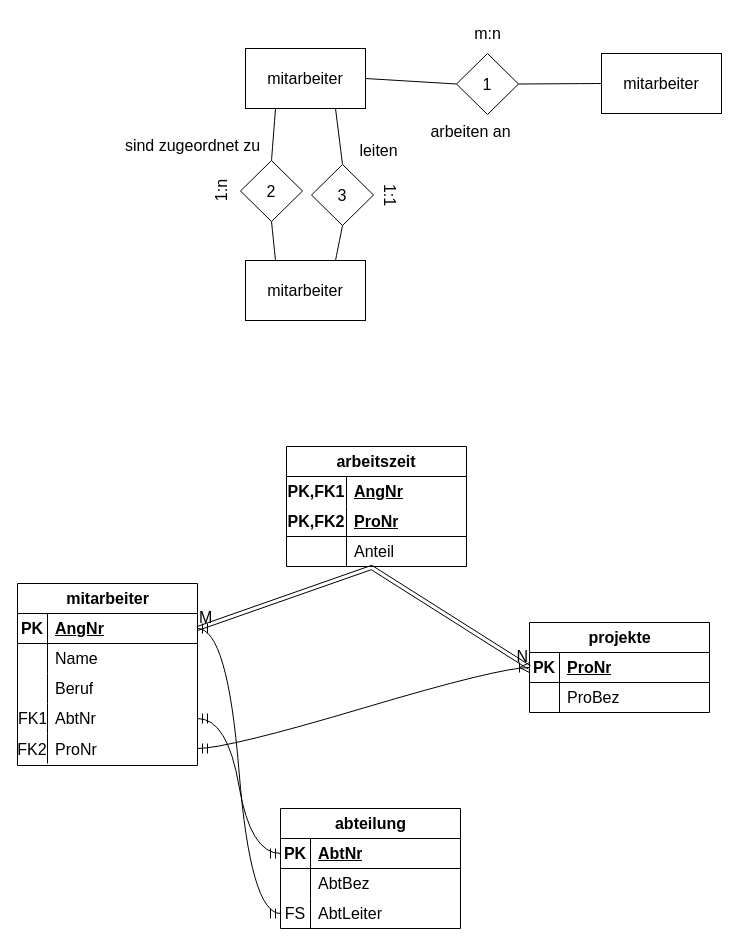
Above: files/Datenbanken/aufgaben/Aufgabe3_1_ER_Diagramm.drawio in Fabiann2205/DHBW-Semester3 (draw.io), before the change. Source tidied: cells renumbered, new cells numbered last; positions are measured from the earlier drawing's top-left corner, leaving out a move shared by most shapes. Both pictures are drawn from the tidied source at 100%, with x=0, y=0 at pixel (17, 17).
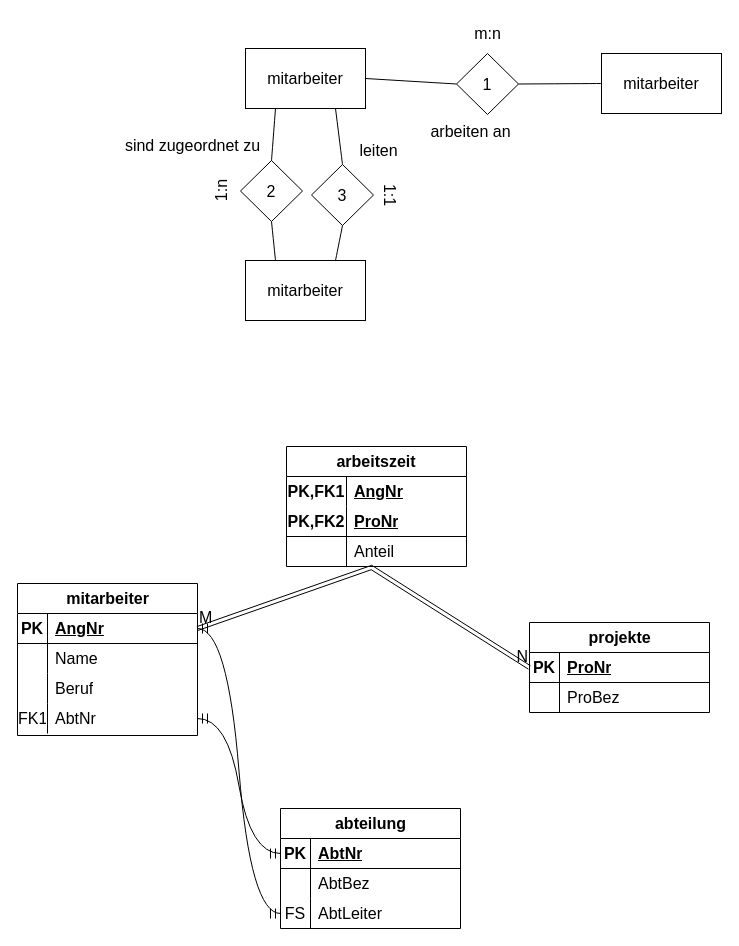
The same diagram, later.

The change refers to these unchanged cells:
```xml
<mxCell id="3" style="shape=tableRow;horizontal=0;startSize=0;swimlaneHead=0;swimlaneBody=0;fillColor=none;points=[[0,0.5],[1,0.5]];portConstraint=eastwest;top=0;left=0;right=0;bottom=1;fontSize=16;" parent="2" vertex="1">
  <mxGeometry y="30" width="180" height="30" as="geometry" />
</mxCell>
<mxCell id="12" style="shape=tableRow;horizontal=0;startSize=0;swimlaneHead=0;swimlaneBody=0;fillColor=none;points=[[0,0.5],[1,0.5]];portConstraint=eastwest;top=0;left=0;right=0;bottom=0;fontSize=16;" parent="2" vertex="1">
  <mxGeometry y="120" width="180" height="30" as="geometry" />
</mxCell>
<mxCell id="19" style="shape=tableRow;horizontal=0;startSize=0;swimlaneHead=0;swimlaneBody=0;fillColor=none;points=[[0,0.5],[1,0.5]];portConstraint=eastwest;top=0;left=0;right=0;bottom=1;fontSize=16;" parent="18" vertex="1">
  <mxGeometry y="30" width="180" height="30" as="geometry" />
</mxCell>
<mxCell id="25" style="shape=tableRow;horizontal=0;startSize=0;swimlaneHead=0;swimlaneBody=0;fillColor=none;points=[[0,0.5],[1,0.5]];portConstraint=eastwest;top=0;left=0;right=0;bottom=0;fontSize=16;" parent="18" vertex="1">
  <mxGeometry y="90" width="180" height="30" as="geometry" />
</mxCell>
<mxCell id="29" style="shape=tableRow;horizontal=0;startSize=0;swimlaneHead=0;swimlaneBody=0;fillColor=none;points=[[0,0.5],[1,0.5]];portConstraint=eastwest;top=0;left=0;right=0;bottom=1;fontSize=16;" parent="28" vertex="1">
  <mxGeometry y="30" width="180" height="30" as="geometry" />
</mxCell>
```

The edit, as a diff of the source:
```diff
@@
     <mxCell id="2" value="mitarbeiter" style="shape=table;startSize=30;childLayout=tableLayout;rowLines=0;fontStyle=1;align=center;html=1;fontSize=16;" parent="1" vertex="1">
-      <mxGeometry y="566" width="180" height="182" as="geometry" />
+      <mxGeometry y="566" width="180" height="152" as="geometry" />
     </mxCell>
@@
-    <mxCell id="15" style="shape=tableRow;horizontal=0;startSize=0;swimlaneHead=0;swimlaneBody=0;fillColor=none;points=[[0,0.5],[1,0.5]];portConstraint=eastwest;top=0;left=0;right=0;bottom=0;fontSize=16;" parent="2" vertex="1">
-      <mxGeometry y="150" width="180" height="30" as="geometry" />
-    </mxCell>
-    <mxCell id="16" value="FK2" style="shape=partialRectangle;fillColor=none;top=0;left=0;bottom=0;right=0;overflow=hidden;fontSize=16;" parent="15" vertex="1">
-      <mxGeometry width="30" height="30" as="geometry" />
-    </mxCell>
-    <mxCell id="17" value="ProNr" style="shape=partialRectangle;fillColor=none;top=0;left=0;bottom=0;right=0;align=left;spacingLeft=6;overflow=hidden;fontSize=16;" parent="15" vertex="1">
-      <mxGeometry x="30" width="150" height="30" as="geometry" />
-    </mxCell>
@@
     <mxCell id="45" style="edgeStyle=entityRelationEdgeStyle;fontSize=12;html=1;endArrow=ERmandOne;startArrow=ERmandOne;rounded=0;startSize=8;endSize=8;curved=1;exitX=1;exitY=0.5;exitDx=0;exitDy=0;entryX=0;entryY=0.5;entryDx=0;entryDy=0;" parent="1" edge="1" source="3" target="25">
-      <mxGeometry relative="1" as="geometry" />
+      <mxGeometry relative="1" as="geometry">
+        <Array as="points">
+          <mxPoint x="265" y="714" />
+          <mxPoint x="146" y="778" />
+          <mxPoint x="258" y="751" />
+        </Array>
+      </mxGeometry>
     </mxCell>
     <mxCell id="46" style="edgeStyle=entityRelationEdgeStyle;fontSize=12;html=1;endArrow=ERmandOne;startArrow=ERmandOne;rounded=0;startSize=8;endSize=8;curved=1;exitX=1;exitY=0.5;exitDx=0;exitDy=0;entryX=0;entryY=0.5;entryDx=0;entryDy=0;" parent="1" edge="1" source="12" target="19">
-      <mxGeometry relative="1" as="geometry" />
+      <mxGeometry relative="1" as="geometry">
+        <Array as="points">
+          <mxPoint x="228" y="683" />
+          <mxPoint x="192" y="783" />
+        </Array>
+      </mxGeometry>
     </mxCell>
-    <mxCell id="47" style="edgeStyle=entityRelationEdgeStyle;fontSize=12;html=1;endArrow=ERoneToMany;startArrow=ERmandOne;rounded=0;startSize=8;endSize=8;curved=1;entryX=0;entryY=0.5;entryDx=0;entryDy=0;exitX=1;exitY=0.5;exitDx=0;exitDy=0;" parent="1" edge="1" source="15" target="29">
-      <mxGeometry relative="1" as="geometry">
-        <Array as="points">
-          <mxPoint x="255" y="745" />
-          <mxPoint x="470" y="741" />
-          <mxPoint x="381" y="715" />
-          <mxPoint x="411" y="738" />
-          <mxPoint x="465" y="746" />
-        </Array>
-      </mxGeometry>
-    </mxCell>
```
